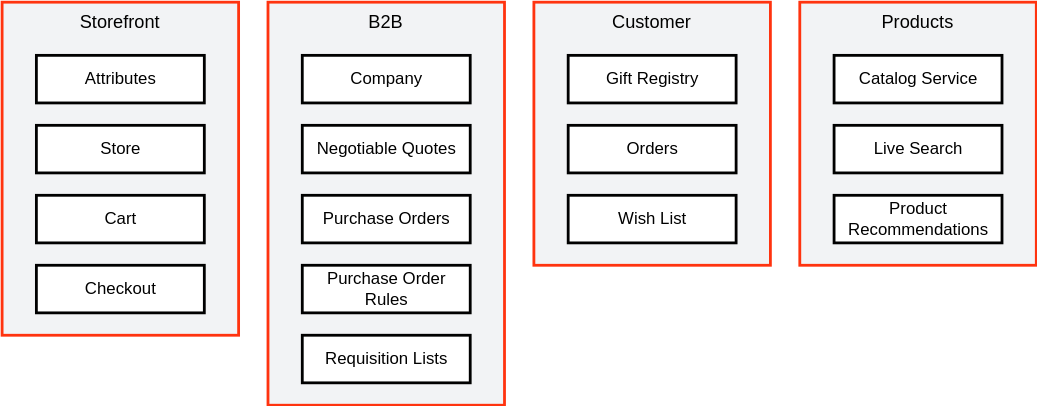
AdobeDocs/commerce-webapi keeps this draw.io diagram as static/graphql-schema.svg. Above is the earlier version. Source tidied: cells renumbered, new cells last; positions are measured from the earlier drawing's top-left corner, leaving out a move shared by most shapes.
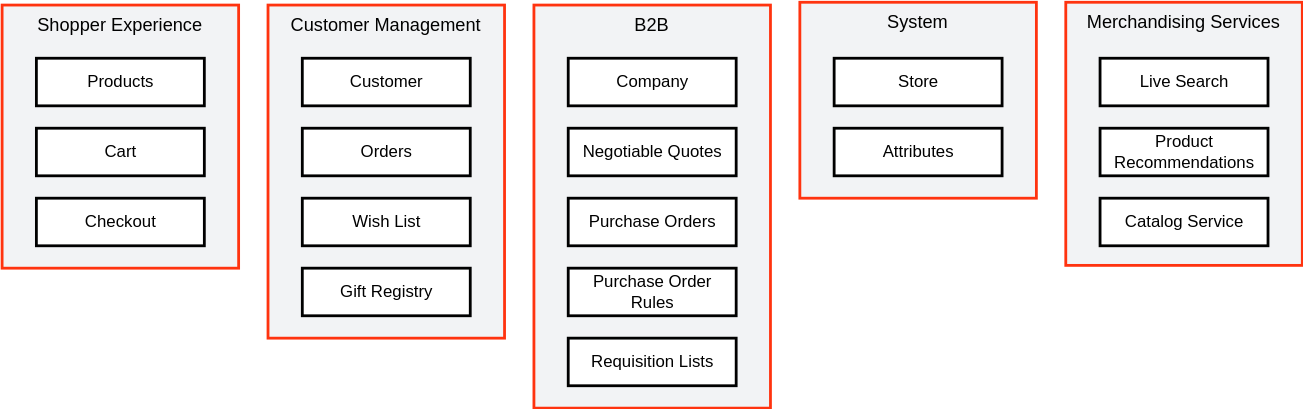
The same diagram one commit later.

Change to the diagram source:
```diff
@@ -2,62 +2,71 @@
   <root>
     <mxCell id="0" />
     <mxCell id="1" parent="0" />
-    <mxCell id="2" value="Storefront" style="whiteSpace=wrap;strokeWidth=2;verticalAlign=top;strokeColor=#FF330F;fontSize=13;fillColor=#F2F3F5;" parent="1" vertex="1">
-      <mxGeometry width="169" height="238" as="geometry" />
+    <mxCell id="2" value="Shopper Experience" style="whiteSpace=wrap;strokeWidth=2;verticalAlign=top;strokeColor=#FF330F;fontSize=13;fillColor=#F2F3F5;" parent="1" vertex="1">
+      <mxGeometry width="169" height="188" as="geometry" />
     </mxCell>
-    <mxCell id="3" value="Attributes" style="whiteSpace=wrap;strokeWidth=2;strokeColor=#000000;" parent="1" vertex="1">
+    <mxCell id="3" value="Products" style="whiteSpace=wrap;strokeWidth=2;strokeColor=#000000;" parent="1" vertex="1">
       <mxGeometry x="24.5" y="38" width="120" height="34" as="geometry" />
     </mxCell>
-    <mxCell id="4" value="Store" style="whiteSpace=wrap;strokeWidth=2;strokeColor=#000000;" parent="1" vertex="1">
-      <mxGeometry x="24.5" y="88" width="120" height="34" as="geometry" />
-    </mxCell>
     <mxCell id="5" value="Cart" style="whiteSpace=wrap;strokeWidth=2;strokeColor=#000000;" parent="1" vertex="1">
-      <mxGeometry x="24.5" y="138" width="120" height="34" as="geometry" />
+      <mxGeometry x="24.5" y="88" width="120" height="34" as="geometry" />
     </mxCell>
     <mxCell id="6" value="Checkout" style="whiteSpace=wrap;strokeWidth=2;strokeColor=#000000;" parent="1" vertex="1">
-      <mxGeometry x="24.5" y="188" width="120" height="34" as="geometry" />
+      <mxGeometry x="24.5" y="138" width="120" height="34" as="geometry" />
     </mxCell>
     <mxCell id="7" value="B2B" style="whiteSpace=wrap;strokeWidth=2;verticalAlign=top;strokeColor=#FF330F;fontSize=13;fillColor=#F2F3F5;" parent="1" vertex="1">
-      <mxGeometry x="190" width="169" height="288" as="geometry" />
+      <mxGeometry x="380" width="169" height="288" as="geometry" />
     </mxCell>
     <mxCell id="8" value="Company" style="whiteSpace=wrap;strokeWidth=2;strokeColor=#000000;" parent="1" vertex="1">
-      <mxGeometry x="214.5" y="38" width="120" height="34" as="geometry" />
+      <mxGeometry x="404.5" y="38" width="120" height="34" as="geometry" />
     </mxCell>
     <mxCell id="9" value="Negotiable Quotes" style="whiteSpace=wrap;strokeWidth=2;strokeColor=#000000;" parent="1" vertex="1">
-      <mxGeometry x="214.5" y="88" width="120" height="34" as="geometry" />
+      <mxGeometry x="404.5" y="88" width="120" height="34" as="geometry" />
     </mxCell>
     <mxCell id="10" value="Purchase Orders" style="whiteSpace=wrap;strokeWidth=2;strokeColor=#000000;" parent="1" vertex="1">
-      <mxGeometry x="214.5" y="138" width="120" height="34" as="geometry" />
+      <mxGeometry x="404.5" y="138" width="120" height="34" as="geometry" />
     </mxCell>
     <mxCell id="11" value="Purchase Order Rules" style="whiteSpace=wrap;strokeWidth=2;strokeColor=#000000;" parent="1" vertex="1">
-      <mxGeometry x="214.5" y="188" width="120" height="34" as="geometry" />
+      <mxGeometry x="404.5" y="188" width="120" height="34" as="geometry" />
     </mxCell>
-    <mxCell id="12" value="Customer" style="whiteSpace=wrap;strokeWidth=2;verticalAlign=top;strokeColor=#FF330F;fontSize=13;fillColor=#F2F3F5;" parent="1" vertex="1">
-      <mxGeometry x="380" width="169" height="188" as="geometry" />
+    <mxCell id="12" value="Customer Management" style="whiteSpace=wrap;strokeWidth=2;verticalAlign=top;strokeColor=#FF330F;fontSize=13;fillColor=#F2F3F5;" parent="1" vertex="1">
+      <mxGeometry x="190" width="169" height="238" as="geometry" />
     </mxCell>
-    <mxCell id="13" value="Gift Registry" style="whiteSpace=wrap;strokeWidth=2;strokeColor=#000000;" parent="1" vertex="1">
-      <mxGeometry x="404.5" y="38" width="120" height="34" as="geometry" />
+    <mxCell id="13" value="Customer" style="whiteSpace=wrap;strokeWidth=2;strokeColor=#000000;" parent="1" vertex="1">
+      <mxGeometry x="214.5" y="38" width="120" height="34" as="geometry" />
     </mxCell>
     <mxCell id="14" value="Orders" style="whiteSpace=wrap;strokeWidth=2;strokeColor=#000000;" parent="1" vertex="1">
-      <mxGeometry x="404.5" y="88" width="120" height="34" as="geometry" />
+      <mxGeometry x="214.5" y="88" width="120" height="34" as="geometry" />
     </mxCell>
     <mxCell id="15" value="Wish List" style="whiteSpace=wrap;strokeWidth=2;strokeColor=#000000;" parent="1" vertex="1">
-      <mxGeometry x="404.5" y="138" width="120" height="34" as="geometry" />
+      <mxGeometry x="214.5" y="138" width="120" height="34" as="geometry" />
     </mxCell>
-    <mxCell id="16" value="Products" style="whiteSpace=wrap;strokeWidth=2;verticalAlign=top;strokeColor=#FF330F;fontSize=13;fillColor=#F2F3F5;" parent="1" vertex="1">
-      <mxGeometry x="570" width="169" height="188" as="geometry" />
+    <mxCell id="16" value="Merchandising Services" style="whiteSpace=wrap;strokeWidth=2;verticalAlign=top;strokeColor=#FF330F;fontSize=13;fillColor=#F2F3F5;" parent="1" vertex="1">
+      <mxGeometry x="760" y="-2" width="169" height="188" as="geometry" />
     </mxCell>
     <mxCell id="17" value="Catalog Service" style="whiteSpace=wrap;strokeWidth=2;strokeColor=#000000;" parent="1" vertex="1">
-      <mxGeometry x="594.5" y="38" width="120" height="34" as="geometry" />
+      <mxGeometry x="784.5" y="138" width="120" height="34" as="geometry" />
     </mxCell>
     <mxCell id="18" value="Live Search" style="whiteSpace=wrap;strokeWidth=2;strokeColor=#000000;" parent="1" vertex="1">
-      <mxGeometry x="594.5" y="88" width="120" height="34" as="geometry" />
+      <mxGeometry x="784.5" y="38" width="120" height="34" as="geometry" />
     </mxCell>
     <mxCell id="19" value="Product Recommendations" style="whiteSpace=wrap;strokeWidth=2;strokeColor=#000000;" parent="1" vertex="1">
-      <mxGeometry x="594.5" y="138" width="120" height="34" as="geometry" />
+      <mxGeometry x="784.5" y="88" width="120" height="34" as="geometry" />
     </mxCell>
     <mxCell id="20" value="Requisition Lists" style="whiteSpace=wrap;strokeWidth=2;strokeColor=#000000;" parent="1" vertex="1">
-      <mxGeometry x="214.5" y="238" width="120" height="34" as="geometry" />
+      <mxGeometry x="404.5" y="238" width="120" height="34" as="geometry" />
     </mxCell>
+    <mxCell id="21" value="Gift Registry" style="whiteSpace=wrap;strokeWidth=2;strokeColor=#000000;" parent="1" vertex="1">
+      <mxGeometry x="214.5" y="188" width="120" height="34" as="geometry" />
+    </mxCell>
+    <mxCell id="22" value="System" style="whiteSpace=wrap;strokeWidth=2;verticalAlign=top;strokeColor=#FF330F;fontSize=13;fillColor=#F2F3F5;" parent="1" vertex="1">
+      <mxGeometry x="570" y="-2" width="169" height="140" as="geometry" />
+    </mxCell>
+    <mxCell id="4" value="Store" style="whiteSpace=wrap;strokeWidth=2;strokeColor=#000000;" parent="1" vertex="1">
+      <mxGeometry x="594.5" y="38" width="120" height="34" as="geometry" />
+    </mxCell>
+    <mxCell id="23" value="Attributes" style="whiteSpace=wrap;strokeWidth=2;strokeColor=#000000;" parent="1" vertex="1">
+      <mxGeometry x="594.5" y="88" width="120" height="34" as="geometry" />
+    </mxCell>
   </root>
 </mxGraphModel>
```
